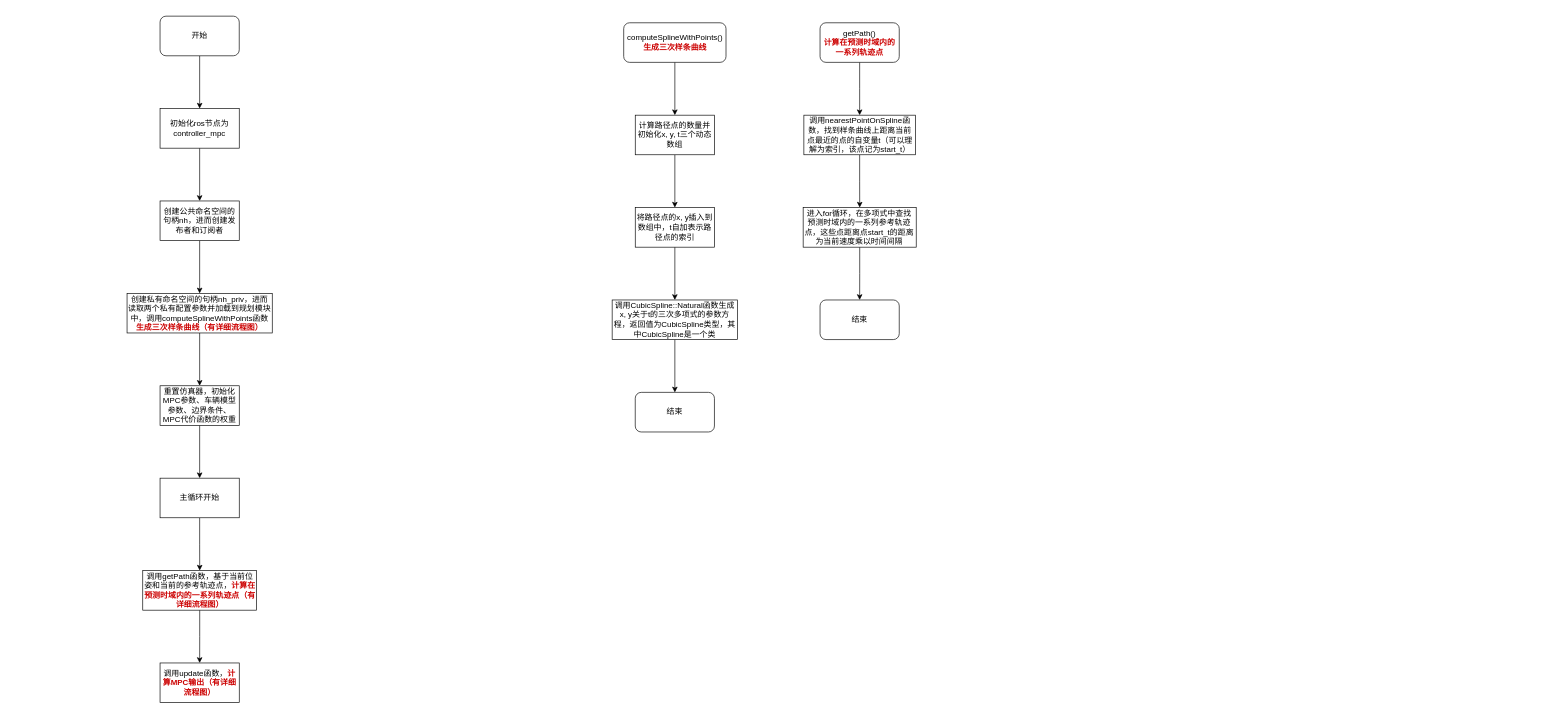
This is autonomous_driving_mpc流程图.drawio from wencheng0228/iodraw-files, a draw.io file, before an edit. Source tidied: cells renumbered, new cells numbered last; positions are measured from the earlier drawing's top-left corner, leaving out a move shared by most shapes. Both pictures are drawn from the tidied source at 66%, with x=0, y=0 at pixel (127, 16).
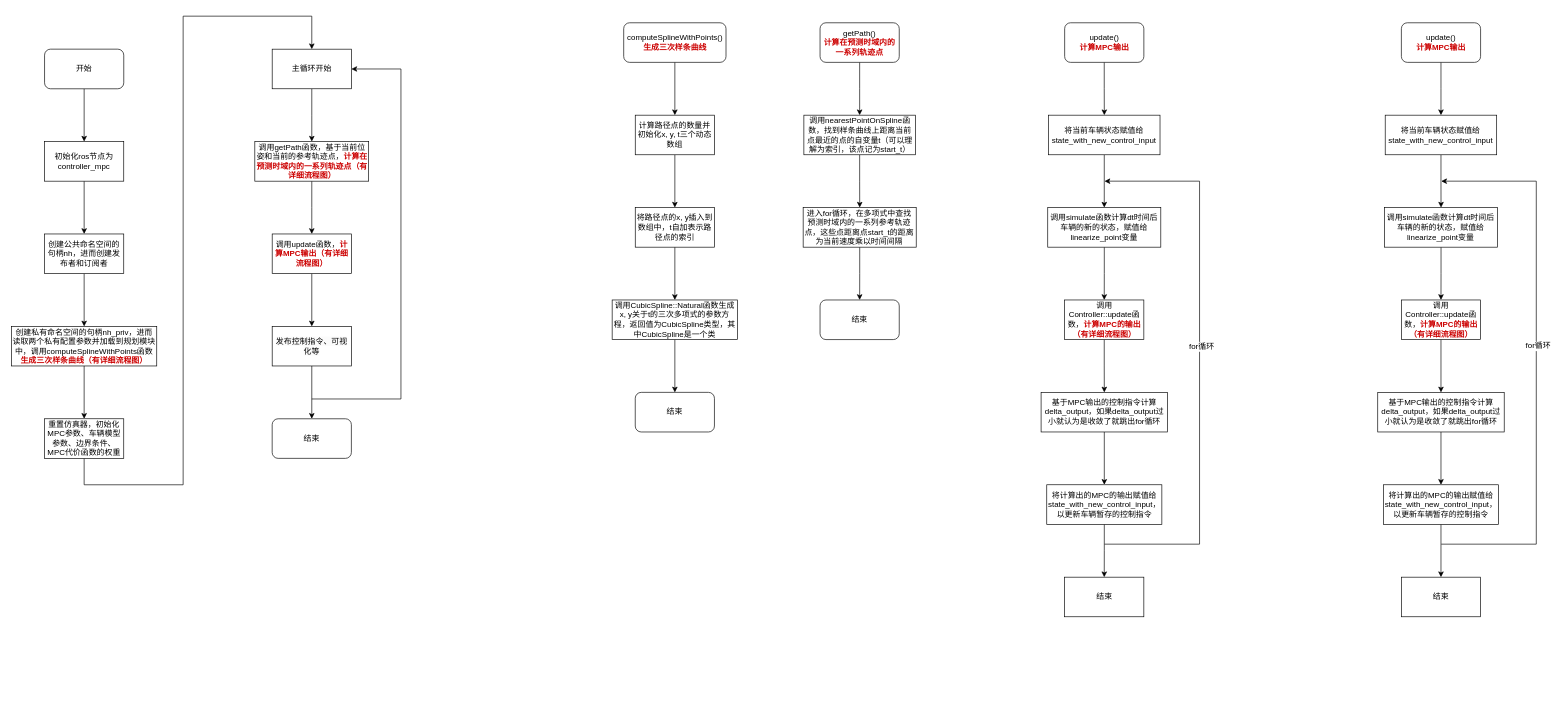
The same page after the edit.

Commit message:
更新autonomous_driving_mpc流程图.drawio

What changed in the source:
```diff
@@
     <mxCell id="3" value="开始" style="rounded=1;whiteSpace=wrap;html=1;shadow=0;" parent="1" vertex="1">
-      <mxGeometry x="50" width="120" height="60" as="geometry" />
+      <mxGeometry x="-125" y="50" width="120" height="60" as="geometry" />
     </mxCell>
@@
     <mxCell id="5" value="初始化ros节点为controller_mpc" style="whiteSpace=wrap;html=1;rounded=0;" parent="1" vertex="1">
-      <mxGeometry x="50" y="140" width="120" height="60" as="geometry" />
+      <mxGeometry x="-125" y="190" width="120" height="60" as="geometry" />
     </mxCell>
@@
     <mxCell id="7" value="创建公共命名空间的句柄nh，进而创建发布者和订阅者" style="rounded=0;whiteSpace=wrap;html=1;" parent="1" vertex="1">
-      <mxGeometry x="50" y="280" width="120" height="60" as="geometry" />
+      <mxGeometry x="-125" y="330" width="120" height="60" as="geometry" />
     </mxCell>
@@
     <mxCell id="9" value="创建私有命名空间的句柄nh_priv，进而读取两个私有配置参数并加载到规划模块中，调用computeSplineWithPoints函数&lt;font color=&quot;#cc0000&quot;&gt;&lt;b&gt;生成三次样条曲线（有详细流程图）&lt;/b&gt;&lt;/font&gt;" style="rounded=0;whiteSpace=wrap;html=1;" parent="1" vertex="1">
-      <mxGeometry y="420" width="220" height="60" as="geometry" />
+      <mxGeometry x="-175" y="470" width="220" height="60" as="geometry" />
     </mxCell>
@@
-    <mxCell id="19" style="edgeStyle=orthogonalEdgeStyle;rounded=0;jettySize=auto;html=1;" parent="1" edge="1" source="20" target="22">
-      <mxGeometry relative="1" as="geometry" />
+    <mxCell id="19" style="edgeStyle=orthogonalEdgeStyle;rounded=0;jettySize=auto;html=1;entryX=0.5;entryY=0;entryDx=0;entryDy=0;exitX=0.5;exitY=1;exitDx=0;exitDy=0;" parent="1" edge="1" source="20" target="22">
+      <mxGeometry relative="1" as="geometry">
+        <Array as="points">
+          <mxPoint x="-65" y="710" />
+          <mxPoint x="85" y="710" />
+          <mxPoint x="85" />
+          <mxPoint x="280" />
+        </Array>
+      </mxGeometry>
     </mxCell>
     <mxCell id="20" value="重置仿真器，初始化MPC参数、车辆模型参数、边界条件、MPC代价函数的权重" style="whiteSpace=wrap;html=1;rounded=0;" parent="1" vertex="1">
-      <mxGeometry x="50" y="560" width="120" height="60" as="geometry" />
+      <mxGeometry x="-125" y="610" width="120" height="60" as="geometry" />
     </mxCell>
@@
+    <mxCell id="33" style="edgeStyle=orthogonalEdgeStyle;rounded=0;jettySize=auto;html=1;startArrow=classic;startFill=1;endArrow=none;endFill=0;" parent="1" edge="1" source="22">
+      <mxGeometry relative="1" as="geometry">
+        <mxPoint x="279.9" y="580" as="targetPoint" />
+        <Array as="points">
+          <mxPoint x="415" y="80" />
+          <mxPoint x="415" y="580" />
+        </Array>
+      </mxGeometry>
+    </mxCell>
     <mxCell id="22" value="主循环开始" style="whiteSpace=wrap;html=1;rounded=0;" parent="1" vertex="1">
-      <mxGeometry x="50" y="700" width="120" height="60" as="geometry" />
+      <mxGeometry x="219.9" y="50" width="120" height="60" as="geometry" />
     </mxCell>
@@
     <mxCell id="24" value="调用getPath函数，基于当前位姿和当前的参考轨迹点，&lt;b&gt;&lt;font color=&quot;#cc0000&quot;&gt;计算在预测时域内的一系列轨迹点（有详细流程图）&lt;/font&gt;&lt;/b&gt;" style="whiteSpace=wrap;html=1;rounded=0;" parent="1" vertex="1">
-      <mxGeometry x="23.8" y="840" width="172.5" height="60" as="geometry" />
+      <mxGeometry x="193.6" y="190" width="172.5" height="60" as="geometry" />
     </mxCell>
@@
+    <mxCell id="34" style="edgeStyle=orthogonalEdgeStyle;rounded=0;jettySize=auto;html=1;" parent="1" edge="1" source="32" target="48">
+      <mxGeometry relative="1" as="geometry" />
+    </mxCell>
     <mxCell id="32" value="调用update函数，&lt;b&gt;&lt;font color=&quot;#cc0000&quot;&gt;计算MPC输出（有详细流程图）&lt;/font&gt;&lt;/b&gt;" style="whiteSpace=wrap;html=1;rounded=0;" parent="1" vertex="1">
-      <mxGeometry x="50" y="980" width="120" height="60" as="geometry" />
+      <mxGeometry x="219.9" y="330" width="120" height="60" as="geometry" />
     </mxCell>
+    <mxCell id="35" style="edgeStyle=orthogonalEdgeStyle;rounded=0;jettySize=auto;html=1;" parent="1" edge="1" source="36" target="38">
+      <mxGeometry relative="1" as="geometry" />
+    </mxCell>
+    <mxCell id="36" value="&lt;span style=&quot;color: rgb(0, 0, 0);&quot;&gt;update()&lt;/span&gt;&lt;div&gt;&lt;b style=&quot;color: rgb(0, 0, 0);&quot;&gt;&lt;font color=&quot;#cc0000&quot;&gt;计算MPC输出&lt;/font&gt;&lt;/b&gt;&lt;/div&gt;" style="rounded=1;whiteSpace=wrap;html=1;shadow=0;fontColor=#CC0000;" parent="1" vertex="1">
+      <mxGeometry x="1420.6" y="10" width="120" height="60" as="geometry" />
+    </mxCell>
+    <mxCell id="37" style="edgeStyle=orthogonalEdgeStyle;rounded=0;jettySize=auto;html=1;" parent="1" edge="1" source="38" target="40">
+      <mxGeometry relative="1" as="geometry" />
+    </mxCell>
+    <mxCell id="38" value="将当前车辆状态赋值给state_with_new_control_input" style="whiteSpace=wrap;html=1;rounded=0;" parent="1" vertex="1">
+      <mxGeometry x="1396.2" y="150" width="168.9" height="60" as="geometry" />
+    </mxCell>
+    <mxCell id="39" style="edgeStyle=orthogonalEdgeStyle;rounded=0;jettySize=auto;html=1;" parent="1" edge="1" source="40" target="42">
+      <mxGeometry relative="1" as="geometry" />
+    </mxCell>
+    <mxCell id="40" value="调用simulate函数计算dt时间后车辆的新的状态，赋值给linearize_point变量" style="rounded=0;whiteSpace=wrap;html=1;" parent="1" vertex="1">
+      <mxGeometry x="1395" y="290" width="171.3" height="60" as="geometry" />
+    </mxCell>
+    <mxCell id="41" style="edgeStyle=orthogonalEdgeStyle;rounded=0;jettySize=auto;html=1;" parent="1" edge="1" source="42" target="44">
+      <mxGeometry relative="1" as="geometry" />
+    </mxCell>
+    <mxCell id="42" value="调用Controller::update函数，&lt;b&gt;&lt;font color=&quot;#cc0000&quot;&gt;计算MPC的输出（有详细流程图）&lt;/font&gt;&lt;/b&gt;" style="whiteSpace=wrap;html=1;rounded=0;" parent="1" vertex="1">
+      <mxGeometry x="1420.6" y="430" width="120" height="60" as="geometry" />
+    </mxCell>
+    <mxCell id="43" style="edgeStyle=orthogonalEdgeStyle;rounded=0;jettySize=auto;html=1;" parent="1" edge="1" source="44" target="46">
+      <mxGeometry relative="1" as="geometry" />
+    </mxCell>
+    <mxCell id="44" value="基于MPC输出的控制指令计算delta_output，如果delta_output过小就认为是收敛了就跳出for循环" style="whiteSpace=wrap;html=1;rounded=0;" parent="1" vertex="1">
+      <mxGeometry x="1384.9" y="570" width="191.6" height="60" as="geometry" />
+    </mxCell>
+    <mxCell id="45" style="edgeStyle=orthogonalEdgeStyle;rounded=0;jettySize=auto;html=1;" parent="1" edge="1" source="46" target="50">
+      <mxGeometry relative="1" as="geometry" />
+    </mxCell>
+    <mxCell id="46" value="将计算出的MPC的输出赋值给state_with_new_control_input，以更新车辆暂存的控制指令" style="whiteSpace=wrap;html=1;rounded=0;" parent="1" vertex="1">
+      <mxGeometry x="1393.5" y="710" width="174.4" height="60" as="geometry" />
+    </mxCell>
+    <mxCell id="47" style="edgeStyle=orthogonalEdgeStyle;rounded=0;jettySize=auto;html=1;" parent="1" edge="1" source="48" target="49">
+      <mxGeometry relative="1" as="geometry" />
+    </mxCell>
+    <mxCell id="48" value="&lt;span style=&quot;color: rgb(0, 0, 0); font-family: Helvetica; font-size: 12px; font-style: normal; font-variant-ligatures: normal; font-variant-caps: normal; font-weight: 400; letter-spacing: normal; orphans: 2; text-align: center; text-indent: 0px; text-transform: none; widows: 2; word-spacing: 0px; -webkit-text-stroke-width: 0px; white-space: normal; background-color: rgb(251, 251, 251); text-decoration-thickness: initial; text-decoration-style: initial; text-decoration-color: initial; display: inline !important; float: none;&quot;&gt;发布控制指令、可视化等&lt;/span&gt;" style="whiteSpace=wrap;html=1;rounded=0;" parent="1" vertex="1">
+      <mxGeometry x="219.9" y="470" width="120" height="60" as="geometry" />
+    </mxCell>
+    <mxCell id="49" value="结束" style="whiteSpace=wrap;html=1;rounded=1;" parent="1" vertex="1">
+      <mxGeometry x="219.9" y="610" width="120" height="60" as="geometry" />
+    </mxCell>
+    <mxCell id="50" value="结束" style="whiteSpace=wrap;html=1;rounded=0;" parent="1" vertex="1">
+      <mxGeometry x="1420.6" y="850" width="120" height="60" as="geometry" />
+    </mxCell>
+    <mxCell id="51" style="endArrow=classic;html=1;rounded=0;edgeStyle=elbowEdgeStyle;" parent="1" edge="1">
+      <mxGeometry relative="1" as="geometry">
+        <mxPoint x="1481" y="800" as="sourcePoint" />
+        <mxPoint x="1481" y="250" as="targetPoint" />
+        <Array as="points">
+          <mxPoint x="1625" y="570" />
+        </Array>
+      </mxGeometry>
+    </mxCell>
+    <mxCell id="52" value="for循环" style="edgeLabel;html=1;align=center;verticalAlign=middle;fontSize=12;" parent="51" vertex="1">
+      <mxGeometry x="0.06" y="-2" relative="1" as="geometry" />
+    </mxCell>
+    <mxCell id="53" style="edgeStyle=orthogonalEdgeStyle;rounded=0;jettySize=auto;html=1;" parent="1" edge="1" source="54" target="56">
+      <mxGeometry relative="1" as="geometry" />
+    </mxCell>
+    <mxCell id="54" value="&lt;span style=&quot;color: rgb(0, 0, 0);&quot;&gt;update()&lt;/span&gt;&lt;div&gt;&lt;b style=&quot;color: rgb(0, 0, 0);&quot;&gt;&lt;font color=&quot;#cc0000&quot;&gt;计算MPC输出&lt;/font&gt;&lt;/b&gt;&lt;/div&gt;" style="rounded=1;whiteSpace=wrap;html=1;shadow=0;fontColor=#CC0000;" parent="1" vertex="1">
+      <mxGeometry x="1930.8" y="10" width="120" height="60" as="geometry" />
+    </mxCell>
+    <mxCell id="55" style="edgeStyle=orthogonalEdgeStyle;rounded=0;jettySize=auto;html=1;" parent="1" edge="1" source="56" target="58">
+      <mxGeometry relative="1" as="geometry" />
+    </mxCell>
+    <mxCell id="56" value="将当前车辆状态赋值给state_with_new_control_input" style="whiteSpace=wrap;html=1;rounded=0;" parent="1" vertex="1">
+      <mxGeometry x="1906.3" y="150" width="168.9" height="60" as="geometry" />
+    </mxCell>
+    <mxCell id="57" style="edgeStyle=orthogonalEdgeStyle;rounded=0;jettySize=auto;html=1;" parent="1" edge="1" source="58" target="60">
+      <mxGeometry relative="1" as="geometry" />
+    </mxCell>
+    <mxCell id="58" value="调用simulate函数计算dt时间后车辆的新的状态，赋值给linearize_point变量" style="rounded=0;whiteSpace=wrap;html=1;" parent="1" vertex="1">
+      <mxGeometry x="1905.2" y="290" width="171.3" height="60" as="geometry" />
+    </mxCell>
+    <mxCell id="59" style="edgeStyle=orthogonalEdgeStyle;rounded=0;jettySize=auto;html=1;" parent="1" edge="1" source="60" target="62">
+      <mxGeometry relative="1" as="geometry" />
+    </mxCell>
+    <mxCell id="60" value="调用Controller::update函数，&lt;b&gt;&lt;font color=&quot;#cc0000&quot;&gt;计算MPC的输出（有详细流程图）&lt;/font&gt;&lt;/b&gt;" style="whiteSpace=wrap;html=1;rounded=0;" parent="1" vertex="1">
+      <mxGeometry x="1930.8" y="430" width="120" height="60" as="geometry" />
+    </mxCell>
+    <mxCell id="61" style="edgeStyle=orthogonalEdgeStyle;rounded=0;jettySize=auto;html=1;" parent="1" edge="1" source="62" target="64">
+      <mxGeometry relative="1" as="geometry" />
+    </mxCell>
+    <mxCell id="62" value="基于MPC输出的控制指令计算delta_output，如果delta_output过小就认为是收敛了就跳出for循环" style="whiteSpace=wrap;html=1;rounded=0;" parent="1" vertex="1">
+      <mxGeometry x="1895" y="570" width="191.6" height="60" as="geometry" />
+    </mxCell>
+    <mxCell id="63" style="edgeStyle=orthogonalEdgeStyle;rounded=0;jettySize=auto;html=1;" parent="1" edge="1" source="64" target="65">
+      <mxGeometry relative="1" as="geometry" />
+    </mxCell>
+    <mxCell id="64" value="将计算出的MPC的输出赋值给state_with_new_control_input，以更新车辆暂存的控制指令" style="whiteSpace=wrap;html=1;rounded=0;" parent="1" vertex="1">
+      <mxGeometry x="1903.6" y="710" width="174.4" height="60" as="geometry" />
+    </mxCell>
+    <mxCell id="65" value="结束" style="whiteSpace=wrap;html=1;rounded=0;" parent="1" vertex="1">
+      <mxGeometry x="1930.8" y="850" width="120" height="60" as="geometry" />
+    </mxCell>
+    <mxCell id="66" style="endArrow=classic;html=1;rounded=0;edgeStyle=elbowEdgeStyle;" parent="1" edge="1">
+      <mxGeometry relative="1" as="geometry">
+        <mxPoint x="1991.2" y="800" as="sourcePoint" />
+        <mxPoint x="1991.2" y="250" as="targetPoint" />
+        <Array as="points">
+          <mxPoint x="2135.2" y="570" />
+        </Array>
+      </mxGeometry>
+    </mxCell>
+    <mxCell id="67" value="for循环" style="edgeLabel;html=1;align=center;verticalAlign=middle;fontSize=12;" parent="66" vertex="1">
+      <mxGeometry x="0.06" y="-2" relative="1" as="geometry" />
+    </mxCell>
```
